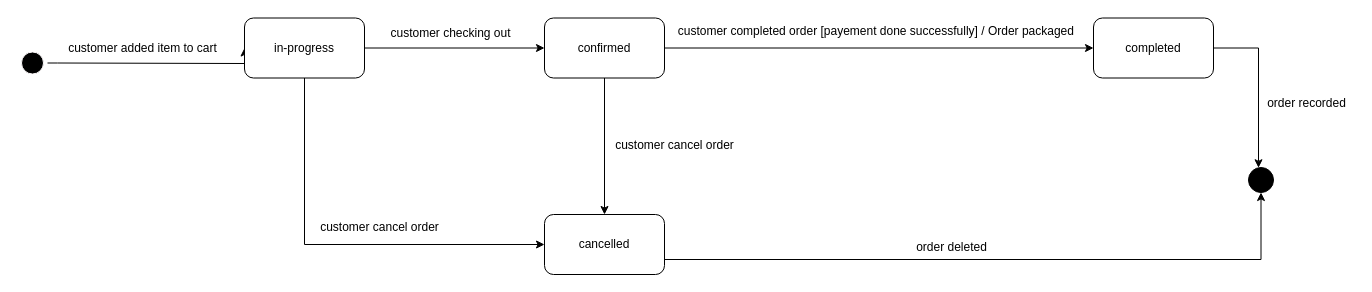
The draw.io diagram diagrams/state-machine/order.drawio in youssef-attai-fcai-cu/system-analysis-project, before the edit. Source tidied: cells renumbered, new cells numbered last; positions are measured from the earlier drawing's top-left corner, leaving out a move shared by most shapes. Both pictures are drawn from the tidied source at 100%, with x=0, y=0 at pixel (17, 17).
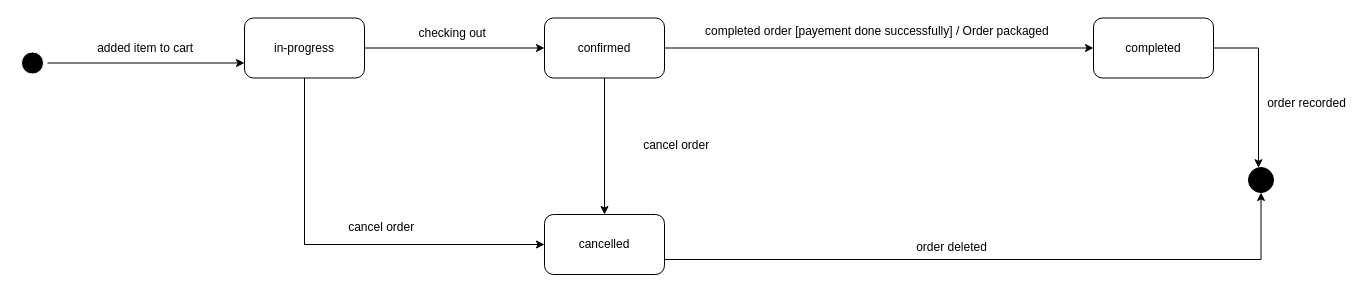
The same diagram, later.

Commit message:
removed Customer from ====== state

The change refers to these unchanged cells:
```xml
<mxCell id="3" style="ellipse;html=1;shape=startState;fillColor=#000000;strokeColor=#FFFCFD;" parent="1" vertex="1">
  <mxGeometry y="30.5" width="30" height="30" as="geometry" />
</mxCell>
<mxCell id="6" value="in-progress" style="rounded=1;whiteSpace=wrap;html=1;" parent="1" vertex="1">
  <mxGeometry x="227" y="0.5" width="120" height="60" as="geometry" />
</mxCell>
```

Diff of the diagram source:
```diff
@@
-    <mxCell id="2" style="edgeStyle=orthogonalEdgeStyle;rounded=0;jettySize=auto;html=1;exitX=1;exitY=0.5;exitDx=0;exitDy=0;entryX=0;entryY=0.5;entryDx=0;entryDy=0;strokeColor=#000000;" parent="1" edge="1" source="3" target="6">
-      <mxGeometry relative="1" as="geometry">
-        <Array as="points">
-          <mxPoint x="40" y="46" />
-          <mxPoint x="135" y="46" />
-        </Array>
-      </mxGeometry>
+    <mxCell id="2" style="edgeStyle=orthogonalEdgeStyle;rounded=0;jettySize=auto;html=1;exitX=1;exitY=0.5;exitDx=0;exitDy=0;entryX=0;entryY=0.75;entryDx=0;entryDy=0;strokeColor=#000000;" parent="1" edge="1" source="3" target="6">
+      <mxGeometry relative="1" as="geometry" />
     </mxCell>
@@
-    <mxCell id="15" value="customer added item to cart" style="text;html=1;align=center;verticalAlign=middle;strokeColor=none;fillColor=none;" parent="1" vertex="1">
-      <mxGeometry x="40" y="15.5" width="170" height="30" as="geometry" />
+    <mxCell id="15" value="&amp;nbsp;added item to cart" style="text;html=1;align=center;verticalAlign=middle;strokeColor=none;fillColor=none;" parent="1" vertex="1">
+      <mxGeometry x="71" y="21.5" width="109" height="18" as="geometry" />
     </mxCell>
-    <mxCell id="16" value="customer checking out" style="text;html=1;align=center;verticalAlign=middle;strokeColor=none;fillColor=none;" parent="1" vertex="1">
-      <mxGeometry x="364" y="2.5" width="138" height="26" as="geometry" />
+    <mxCell id="16" value="&amp;nbsp;checking out" style="text;html=1;align=center;verticalAlign=middle;strokeColor=none;fillColor=none;" parent="1" vertex="1">
+      <mxGeometry x="393" y="6.5" width="80" height="18" as="geometry" />
     </mxCell>
-    <mxCell id="17" value="customer completed order [payement done successfully] / Order packaged&amp;nbsp;" style="text;html=1;align=center;verticalAlign=middle;strokeColor=none;fillColor=none;" parent="1" vertex="1">
-      <mxGeometry x="651" y="0.5" width="418" height="26" as="geometry" />
+    <mxCell id="17" value="completed order [payement done successfully] / Order packaged&amp;nbsp;" style="text;html=1;align=center;verticalAlign=middle;strokeColor=none;fillColor=none;" parent="1" vertex="1">
+      <mxGeometry x="682" y="4.5" width="357" height="18" as="geometry" />
     </mxCell>
-    <mxCell id="18" value="customer cancel order" style="text;html=1;align=center;verticalAlign=middle;strokeColor=none;fillColor=none;" parent="1" vertex="1">
-      <mxGeometry x="293" y="197" width="137" height="26" as="geometry" />
+    <mxCell id="18" value="&amp;nbsp;cancel order" style="text;html=1;align=center;verticalAlign=middle;strokeColor=none;fillColor=none;" parent="1" vertex="1">
+      <mxGeometry x="322" y="201" width="80" height="18" as="geometry" />
     </mxCell>
-    <mxCell id="19" value="customer cancel order" style="text;html=1;align=center;verticalAlign=middle;strokeColor=none;fillColor=none;rotation=0;" parent="1" vertex="1">
-      <mxGeometry x="588" y="115" width="137" height="26" as="geometry" />
+    <mxCell id="19" value="&amp;nbsp;cancel order" style="text;html=1;align=center;verticalAlign=middle;strokeColor=none;fillColor=none;rotation=0;" parent="1" vertex="1">
+      <mxGeometry x="617" y="119" width="80" height="18" as="geometry" />
     </mxCell>
```
